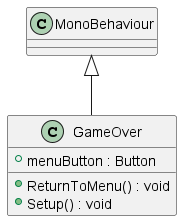
Earlier version of the PlantUML export uml-output/GameOver.png (Eliaz-LR/3D-Minesweeper).
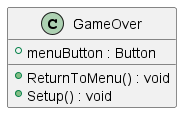
The same diagram one commit later.

What changed in the source:
```diff
@@ -4,5 +4,5 @@
     + ReturnToMenu() : void
     + Setup() : void
 }
-MonoBehaviour <|-- GameOver
+
 @enduml
```
